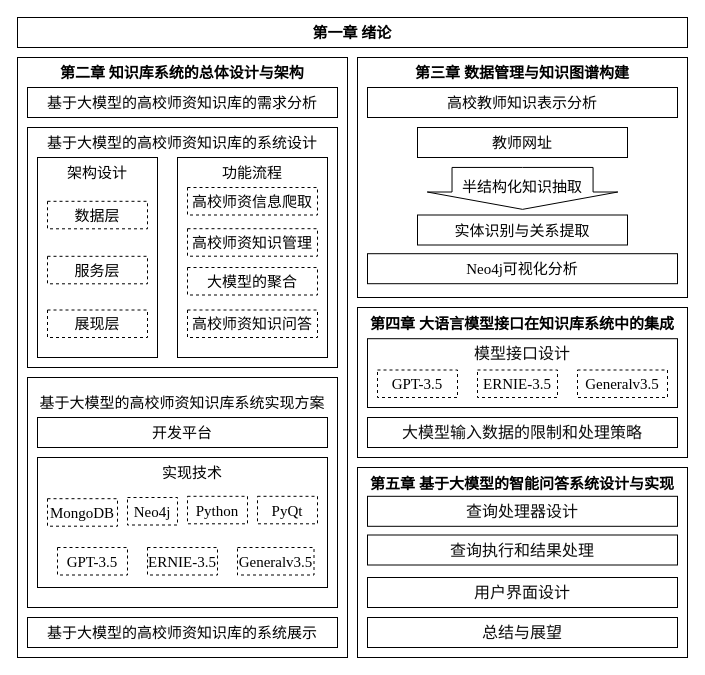
The draw.io diagram 图 1-1 论文整体框架.drawio in sjgcsf/software_engineering, before the edit. Source tidied: cells renumbered, new cells numbered last; positions are measured from the earlier drawing's top-left corner, leaving out a move shared by most shapes. Both pictures are drawn from the tidied source at 100%, with x=0, y=0 at pixel (17, 17).
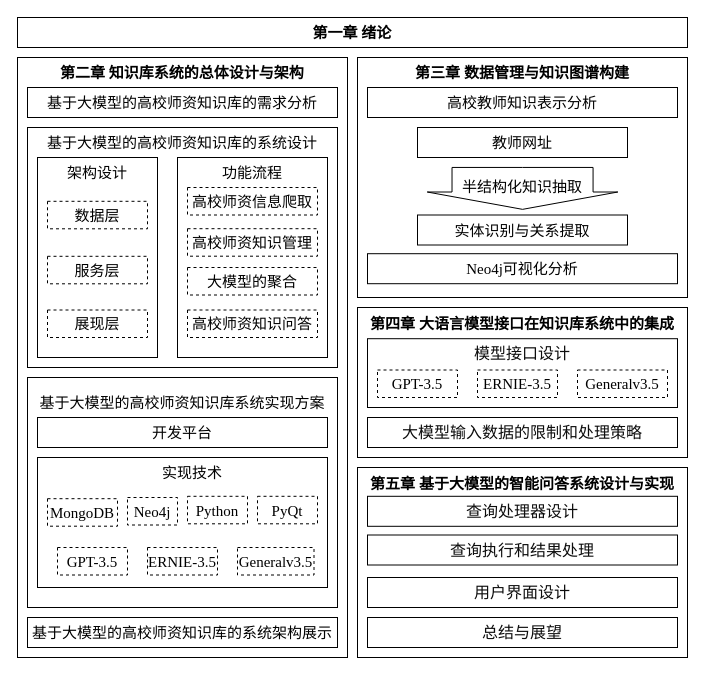
After the change.

Commit message:
更新图 1-1 论文整体框架.drawio

Change to the diagram source:
```diff
@@
-    <mxCell id="31" value="&lt;p align=&quot;center&quot; class=&quot;MsoNormal&quot;&gt;&lt;font face=&quot;Times New Roman&quot; style=&quot;font-size: 15px;&quot;&gt;基于大模型的高校师资知识库的系统展示&lt;/font&gt;&lt;/p&gt;" style="rounded=0;whiteSpace=wrap;html=1;" parent="1" vertex="1">
+    <mxCell id="31" value="&lt;p align=&quot;center&quot; class=&quot;MsoNormal&quot;&gt;&lt;font face=&quot;Times New Roman&quot; style=&quot;font-size: 15px;&quot;&gt;基于大模型的高校师资知识库的系统架构展示&lt;/font&gt;&lt;/p&gt;" style="rounded=0;whiteSpace=wrap;html=1;" parent="1" vertex="1">
       <mxGeometry x="10" y="600" width="310" height="30" as="geometry" />
     </mxCell>
```
